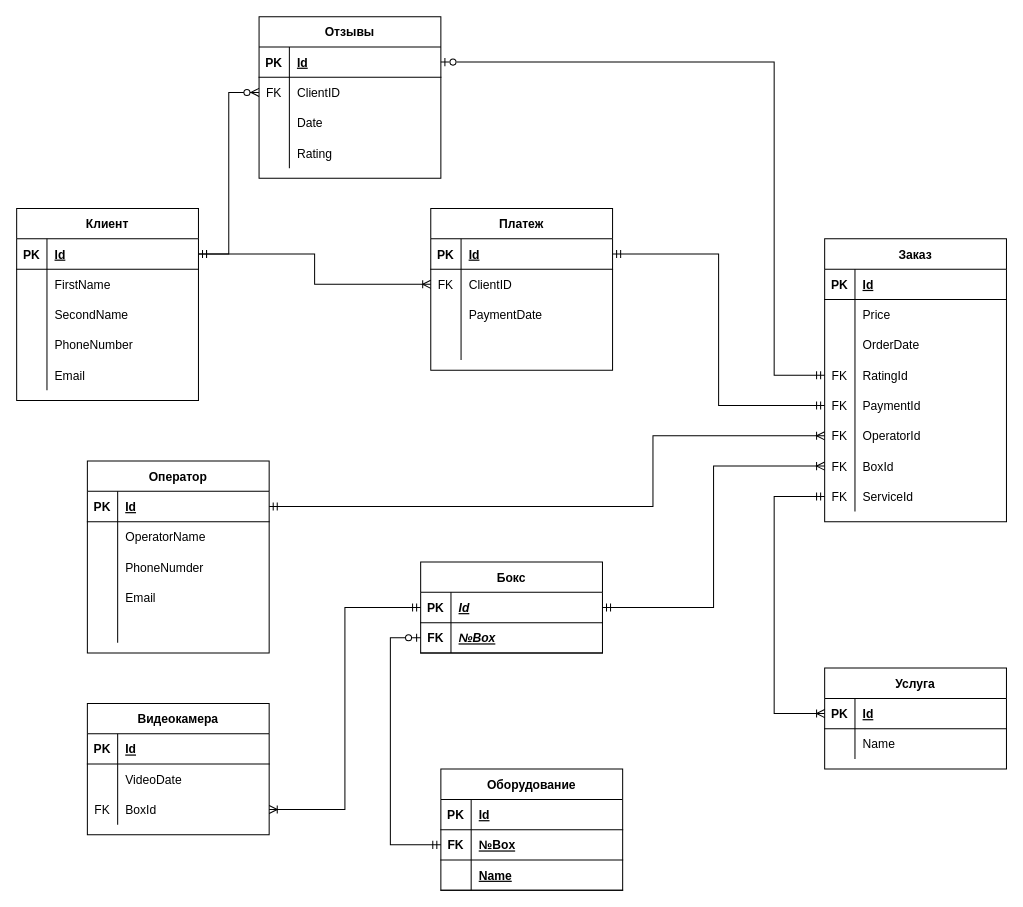
Earlier version of the draw.io diagram page "ERD" (3 of 4) of Diagram_1.drawio (vitaliyepikhin/Automated-Car-Wash). Source tidied: cells renumbered, new cells numbered last; positions are measured from the earlier drawing's top-left corner, leaving out a move shared by most shapes. Both pictures are drawn from the tidied source at 101%, with x=0, y=0 at pixel (16, 16).
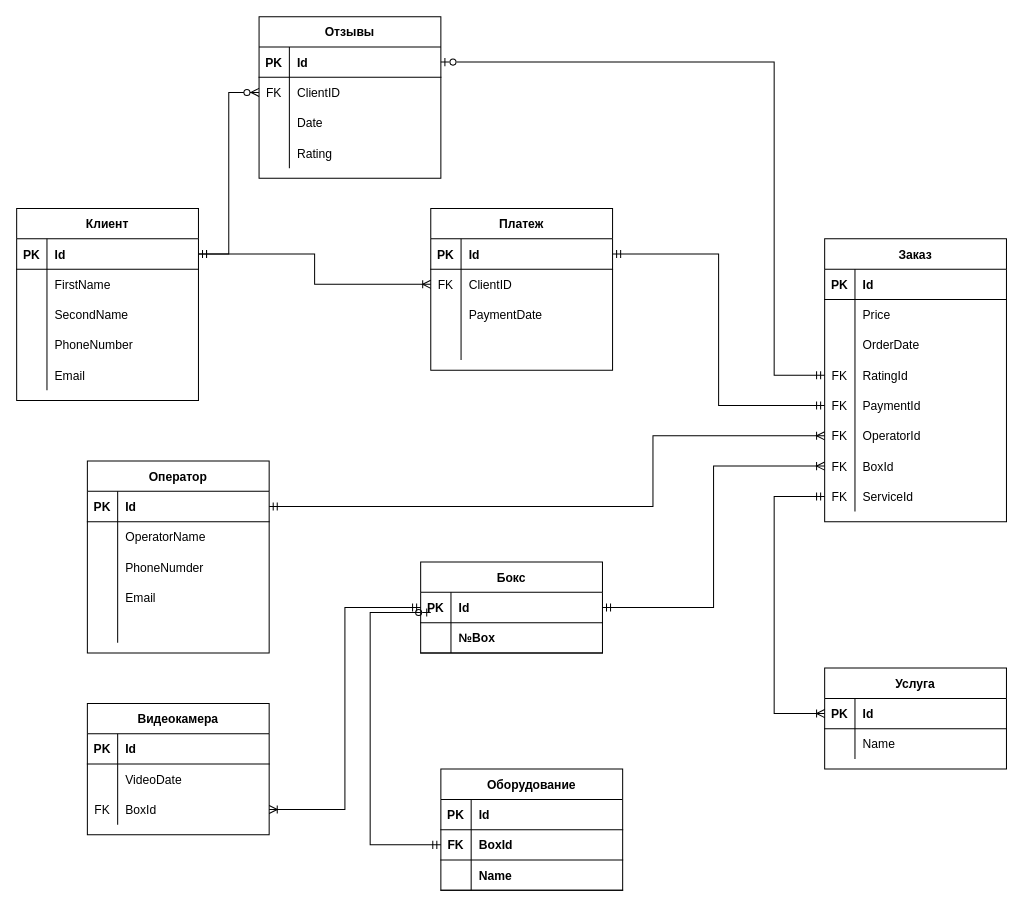
After the change.

The change refers to these unchanged cells:
```xml
<mxCell id="3" style="shape=partialRectangle;fillColor=none;top=0;left=0;bottom=1;right=0;points=[[0,0.5],[1,0.5]];portConstraint=eastwest;" parent="2" vertex="1">
  <mxGeometry y="30" width="180" height="30" as="geometry" />
</mxCell>
<mxCell id="19" style="shape=partialRectangle;fillColor=none;top=0;left=0;bottom=1;right=0;points=[[0,0.5],[1,0.5]];portConstraint=eastwest;" parent="18" vertex="1">
  <mxGeometry y="30" width="180" height="30" as="geometry" />
</mxCell>
<mxCell id="32" style="shape=partialRectangle;fillColor=none;top=0;left=0;bottom=1;right=0;points=[[0,0.5],[1,0.5]];portConstraint=eastwest;" parent="31" vertex="1">
  <mxGeometry y="30" width="180" height="30" as="geometry" />
</mxCell>
<mxCell id="48" style="shape=partialRectangle;fillColor=none;top=0;left=0;bottom=1;right=0;" parent="47" vertex="1">
  <mxGeometry y="30" width="180" height="30" as="geometry" />
</mxCell>
<mxCell id="73" style="shape=partialRectangle;fillColor=none;top=0;left=0;bottom=1;right=0;" parent="72" vertex="1">
  <mxGeometry y="30" width="180" height="30" as="geometry" />
</mxCell>
<mxCell id="80" style="shape=partialRectangle;fillColor=none;top=0;left=0;bottom=1;right=0;" parent="79" vertex="1">
  <mxGeometry y="30" width="180" height="30" as="geometry" />
</mxCell>
<mxCell id="94" style="shape=partialRectangle;fillColor=none;top=0;left=0;bottom=1;right=0;points=[[0,0.5],[1,0.5]];portConstraint=eastwest;" parent="93" vertex="1">
  <mxGeometry y="30" width="180" height="30" as="geometry" />
</mxCell>
<mxCell id="109" style="shape=partialRectangle;fillColor=none;top=0;left=0;bottom=1;right=0;points=[[0,0.5],[1,0.5]];portConstraint=eastwest;" parent="108" vertex="1">
  <mxGeometry y="30" width="180" height="30" as="geometry" />
</mxCell>
<mxCell id="112" style="shape=partialRectangle;fillColor=none;top=0;left=0;bottom=1;right=0;points=[[0,0.5],[1,0.5]];portConstraint=eastwest;" parent="108" vertex="1">
  <mxGeometry y="60" width="180" height="30" as="geometry" />
</mxCell>
<mxCell id="118" style="shape=partialRectangle;fillColor=none;top=0;left=0;bottom=1;right=0;" parent="117" vertex="1">
  <mxGeometry y="30" width="180" height="30" as="geometry" />
</mxCell>
<mxCell id="121" style="shape=partialRectangle;fillColor=none;top=0;left=0;bottom=1;right=0;points=[[0,0.5],[1,0.5]];portConstraint=eastwest;" parent="117" vertex="1">
  <mxGeometry y="60" width="180" height="30" as="geometry" />
</mxCell>
<mxCell id="124" style="shape=partialRectangle;fillColor=none;top=0;left=0;bottom=1;right=0;" parent="117" vertex="1">
  <mxGeometry y="90" width="180" height="30" as="geometry" />
</mxCell>
```

The edit, as a diff of the source:
```diff
@@
-    <mxCell id="5" value="Id" style="shape=partialRectangle;fillColor=none;top=0;left=0;bottom=0;right=0;align=left;spacingLeft=6;fontStyle=5;overflow=hidden;" parent="3" vertex="1">
+    <mxCell id="5" value="Id" style="shape=partialRectangle;fillColor=none;top=0;left=0;bottom=0;right=0;align=left;spacingLeft=6;fontStyle=1;overflow=hidden;" parent="3" vertex="1">
       <mxGeometry x="30" width="150" height="30" as="geometry" />
     </mxCell>
@@
-    <mxCell id="21" value="Id" style="shape=partialRectangle;fillColor=none;top=0;left=0;bottom=0;right=0;align=left;spacingLeft=6;fontStyle=5;overflow=hidden;" parent="19" vertex="1">
+    <mxCell id="21" value="Id" style="shape=partialRectangle;fillColor=none;top=0;left=0;bottom=0;right=0;align=left;spacingLeft=6;fontStyle=1;overflow=hidden;" parent="19" vertex="1">
       <mxGeometry x="30" width="150" height="30" as="geometry" />
     </mxCell>
@@
-    <mxCell id="34" value="Id" style="shape=partialRectangle;fillColor=none;top=0;left=0;bottom=0;right=0;align=left;spacingLeft=6;fontStyle=5;overflow=hidden;" parent="32" vertex="1">
+    <mxCell id="34" value="Id" style="shape=partialRectangle;fillColor=none;top=0;left=0;bottom=0;right=0;align=left;spacingLeft=6;fontStyle=1;overflow=hidden;" parent="32" vertex="1">
       <mxGeometry x="30" width="150" height="30" as="geometry" />
     </mxCell>
@@
-    <mxCell id="50" value="Id" style="shape=partialRectangle;fillColor=none;top=0;left=0;bottom=0;right=0;align=left;spacingLeft=6;fontStyle=5;overflow=hidden;" parent="48" vertex="1">
+    <mxCell id="50" value="Id" style="shape=partialRectangle;fillColor=none;top=0;left=0;bottom=0;right=0;align=left;spacingLeft=6;fontStyle=1;overflow=hidden;" parent="48" vertex="1">
       <mxGeometry x="30" width="150" height="30" as="geometry" />
     </mxCell>
@@
-    <mxCell id="75" value="Id" style="shape=partialRectangle;fillColor=none;top=0;left=0;bottom=0;right=0;align=left;spacingLeft=6;fontStyle=5;overflow=hidden;" parent="73" vertex="1">
+    <mxCell id="75" value="Id" style="shape=partialRectangle;fillColor=none;top=0;left=0;bottom=0;right=0;align=left;spacingLeft=6;fontStyle=1;overflow=hidden;" parent="73" vertex="1">
       <mxGeometry x="30" width="150" height="30" as="geometry" />
     </mxCell>
@@
-    <mxCell id="82" value="Id" style="shape=partialRectangle;fillColor=none;top=0;left=0;bottom=0;right=0;align=left;spacingLeft=6;fontStyle=5;overflow=hidden;" parent="80" vertex="1">
+    <mxCell id="82" value="Id" style="shape=partialRectangle;fillColor=none;top=0;left=0;bottom=0;right=0;align=left;spacingLeft=6;fontStyle=1;overflow=hidden;" parent="80" vertex="1">
       <mxGeometry x="30" width="150" height="30" as="geometry" />
     </mxCell>
@@
-    <mxCell id="96" value="Id" style="shape=partialRectangle;fillColor=none;top=0;left=0;bottom=0;right=0;align=left;spacingLeft=6;fontStyle=5;overflow=hidden;" parent="94" vertex="1">
+    <mxCell id="96" value="Id" style="shape=partialRectangle;fillColor=none;top=0;left=0;bottom=0;right=0;align=left;spacingLeft=6;fontStyle=1;overflow=hidden;" parent="94" vertex="1">
       <mxGeometry x="30" width="150" height="30" as="geometry" />
     </mxCell>
@@
-    <mxCell id="111" value="Id" style="shape=partialRectangle;fillColor=none;top=0;left=0;bottom=0;right=0;align=left;spacingLeft=6;fontStyle=7;overflow=hidden;" parent="109" vertex="1">
+    <mxCell id="111" value="Id" style="shape=partialRectangle;fillColor=none;top=0;left=0;bottom=0;right=0;align=left;spacingLeft=6;fontStyle=1;overflow=hidden;" parent="109" vertex="1">
       <mxGeometry x="30" width="150" height="30" as="geometry" />
     </mxCell>
@@
-    <mxCell id="113" value="FK" style="shape=partialRectangle;fillColor=none;top=0;left=0;bottom=0;right=0;fontStyle=1;overflow=hidden;" parent="112" vertex="1">
+    <mxCell id="113" style="shape=partialRectangle;fillColor=none;top=0;left=0;bottom=0;right=0;fontStyle=1;overflow=hidden;" parent="112" vertex="1">
       <mxGeometry width="30" height="30" as="geometry" />
     </mxCell>
-    <mxCell id="114" value="№Box" style="shape=partialRectangle;fillColor=none;top=0;left=0;bottom=0;right=0;align=left;spacingLeft=6;fontStyle=7;overflow=hidden;" parent="112" vertex="1">
+    <mxCell id="114" value="№Box" style="shape=partialRectangle;fillColor=none;top=0;left=0;bottom=0;right=0;align=left;spacingLeft=6;fontStyle=1;overflow=hidden;" parent="112" vertex="1">
       <mxGeometry x="30" width="150" height="30" as="geometry" />
     </mxCell>
@@
-    <mxCell id="120" value="Id" style="shape=partialRectangle;fillColor=none;top=0;left=0;bottom=0;right=0;align=left;spacingLeft=6;fontStyle=5;overflow=hidden;" parent="118" vertex="1">
+    <mxCell id="120" value="Id" style="shape=partialRectangle;fillColor=none;top=0;left=0;bottom=0;right=0;align=left;spacingLeft=6;fontStyle=1;overflow=hidden;" parent="118" vertex="1">
       <mxGeometry x="30" width="150" height="30" as="geometry" />
     </mxCell>
@@
-    <mxCell id="123" value="№Box" style="shape=partialRectangle;fillColor=none;top=0;left=0;bottom=0;right=0;align=left;spacingLeft=6;fontStyle=5;overflow=hidden;" parent="121" vertex="1">
+    <mxCell id="123" value="BoxId" style="shape=partialRectangle;fillColor=none;top=0;left=0;bottom=0;right=0;align=left;spacingLeft=6;fontStyle=1;overflow=hidden;" parent="121" vertex="1">
       <mxGeometry x="30" width="150" height="30" as="geometry" />
     </mxCell>
@@
-    <mxCell id="126" value="Name" style="shape=partialRectangle;fillColor=none;top=0;left=0;bottom=0;right=0;align=left;spacingLeft=6;fontStyle=5;overflow=hidden;" parent="124" vertex="1">
+    <mxCell id="126" value="Name" style="shape=partialRectangle;fillColor=none;top=0;left=0;bottom=0;right=0;align=left;spacingLeft=6;fontStyle=1;overflow=hidden;" parent="124" vertex="1">
       <mxGeometry x="30" width="150" height="30" as="geometry" />
     </mxCell>
-    <mxCell id="127" style="edgeStyle=orthogonalEdgeStyle;fontSize=12;html=1;endArrow=ERmandOne;startArrow=ERzeroToOne;rounded=0;startFill=0;endFill=0;fillColor=#f8cecc;strokeColor=#000000;entryX=0;entryY=0.5;entryDx=0;entryDy=0;exitX=0;exitY=0.5;exitDx=0;exitDy=0;" parent="1" edge="1" source="112" target="121">
+    <mxCell id="127" style="edgeStyle=orthogonalEdgeStyle;fontSize=12;html=1;endArrow=ERmandOne;startArrow=ERzeroToOne;rounded=0;startFill=0;endFill=0;fillColor=#f8cecc;strokeColor=#000000;entryX=0;entryY=0.5;entryDx=0;entryDy=0;" parent="1" edge="1" target="121">
       <mxGeometry relative="1" as="geometry">
+        <mxPoint x="410" y="590" as="sourcePoint" />
         <Array as="points">
-          <mxPoint x="370" y="615" />
-          <mxPoint x="370" y="820" />
+          <mxPoint x="400" y="590" />
+          <mxPoint x="350" y="590" />
+          <mxPoint x="350" y="820" />
         </Array>
       </mxGeometry>
     </mxCell>
```
